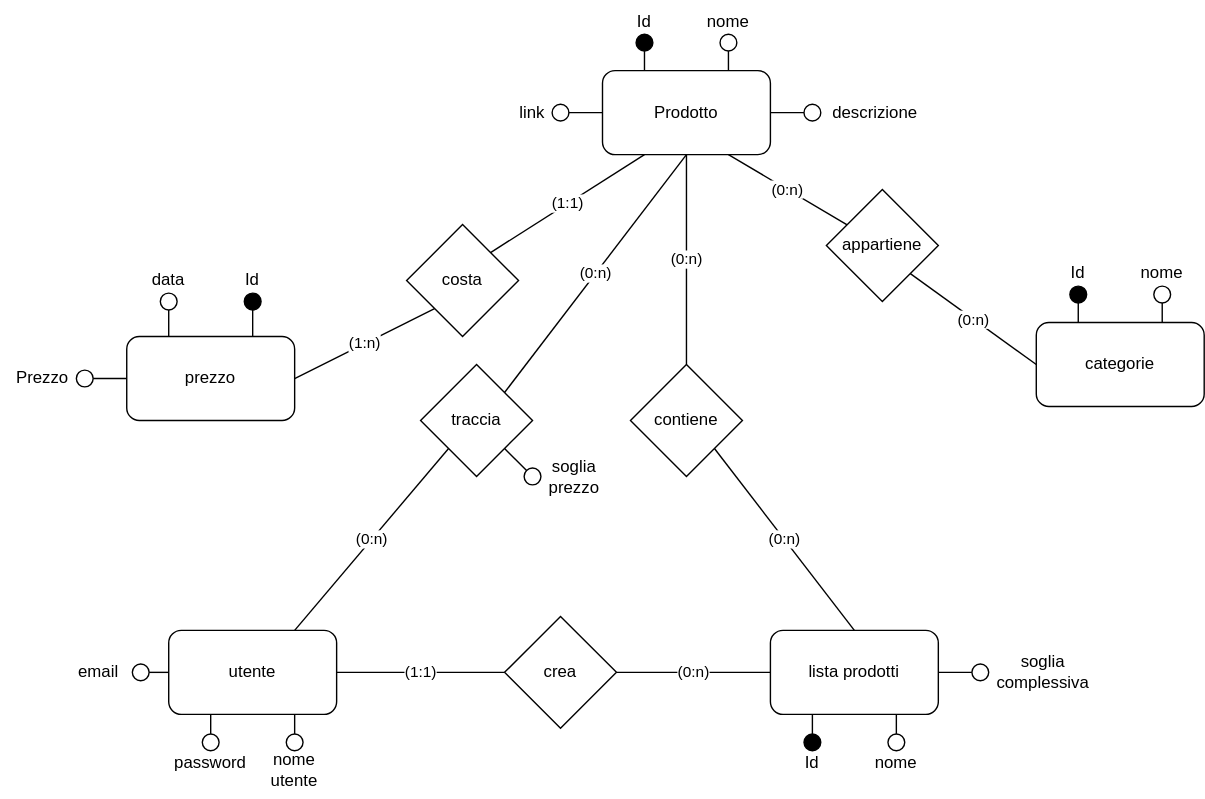
The draw.io diagram Diagramma E-R DB.drawio.svg in Dragoned/amazon_bot, before a commit. Source tidied: cells renumbered, new cells last; positions are measured from the earlier drawing's top-left corner, leaving out a move shared by most shapes.
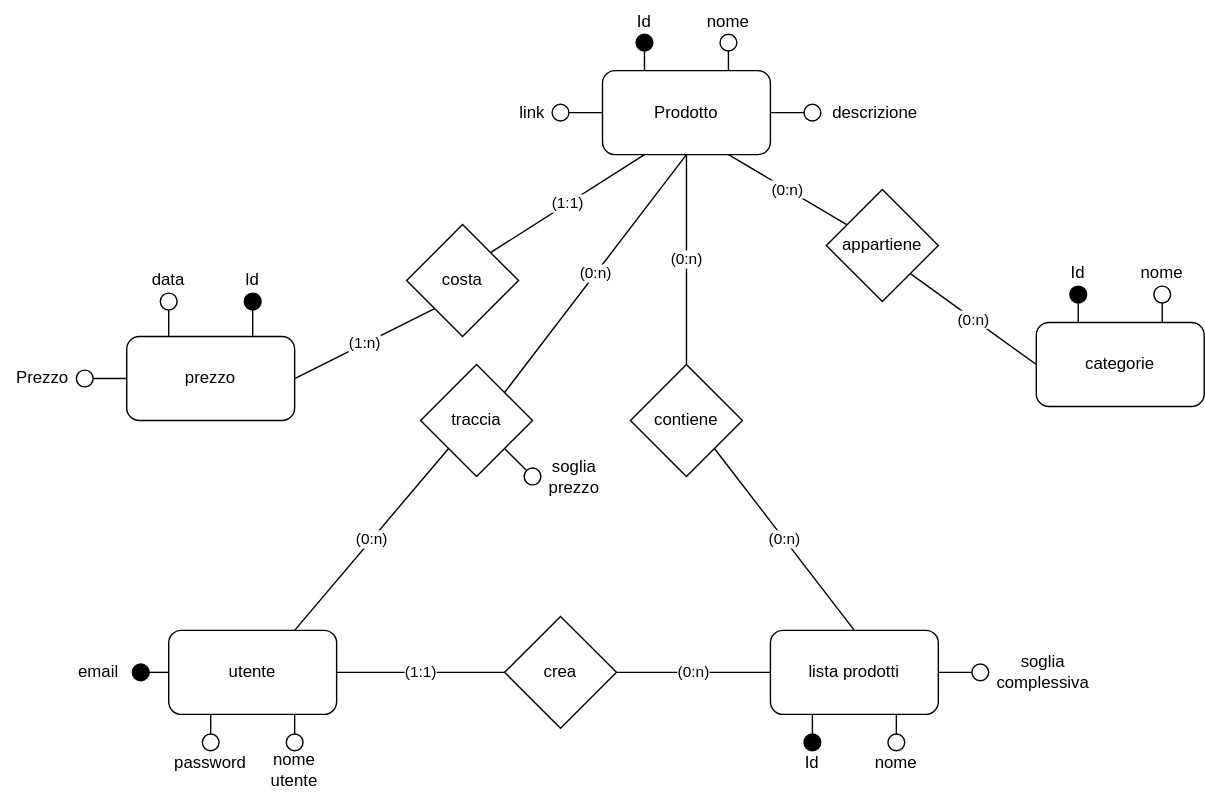
Later version of the same file.

The edit, as a diff of the source:
```diff
@@ -83,7 +83,7 @@
     <mxCell id="28" value="appartiene" style="rhombus;whiteSpace=wrap;html=1;rounded=0;" parent="1" vertex="1">
       <mxGeometry x="590" y="135" width="80" height="80" as="geometry" />
     </mxCell>
-    <mxCell id="29" style="edgeStyle=none;jettySize=auto;html=1;exitX=0;exitY=0.5;exitDx=0;exitDy=0;entryX=1;entryY=0.5;entryDx=0;entryDy=0;endArrow=oval;endFill=0;endSize=12;rounded=0;" parent="1" edge="1" source="34" target="35">
+    <mxCell id="29" style="edgeStyle=none;jettySize=auto;html=1;exitX=0;exitY=0.5;exitDx=0;exitDy=0;entryX=1;entryY=0.5;entryDx=0;entryDy=0;endArrow=oval;endFill=1;endSize=12;rounded=0;" parent="1" edge="1" source="34" target="35">
       <mxGeometry relative="1" as="geometry" />
     </mxCell>
     <mxCell id="30" style="edgeStyle=none;jettySize=auto;html=1;exitX=0.25;exitY=1;exitDx=0;exitDy=0;entryX=0.5;entryY=0;entryDx=0;entryDy=0;endArrow=oval;endFill=0;endSize=12;rounded=0;" parent="1" edge="1" source="34" target="36">
```
